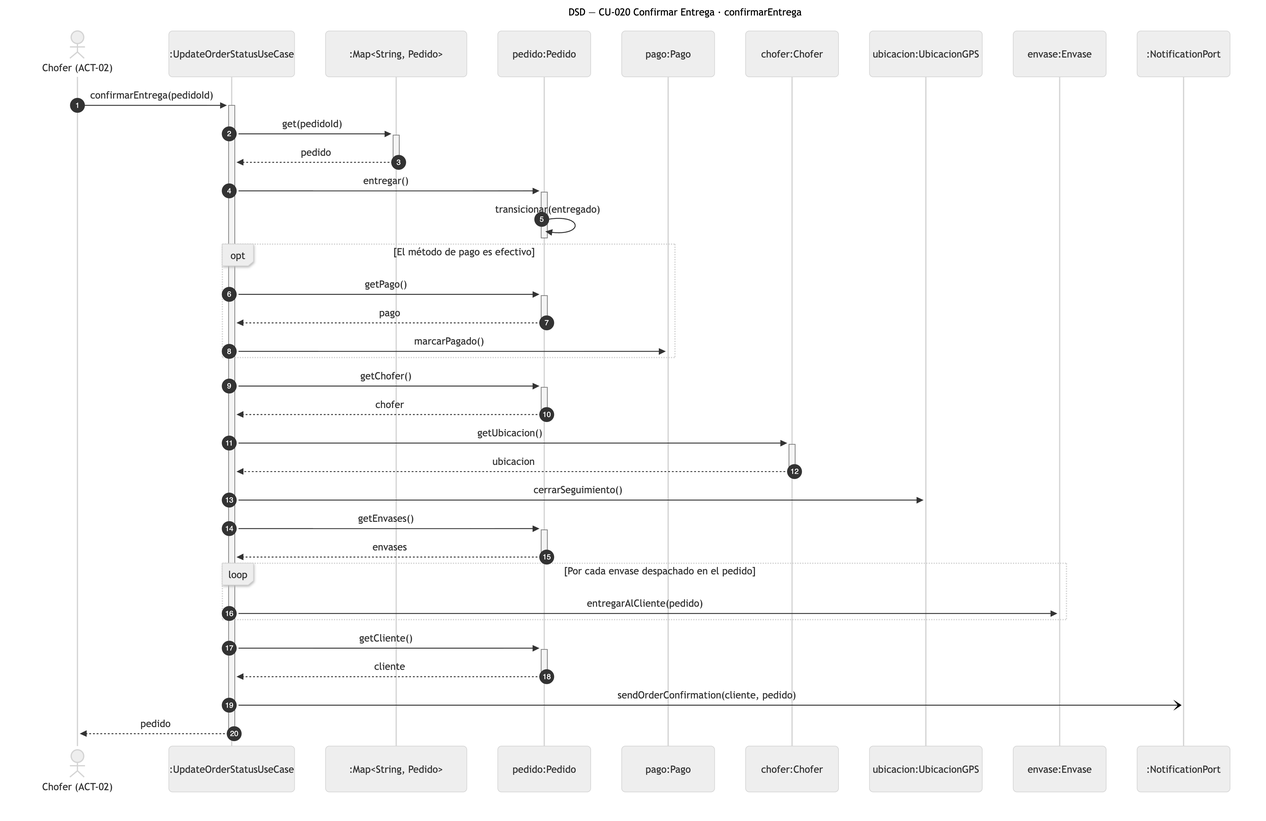
This is diagramas/png/DSD_CU-020_confirmarEntrega.png from Nahuelito-Dev/splg-docs, a Mermaid export, as it was before one commit. Its source is kept beside it as diagramas/DSD_CU-020_confirmarEntrega.mmd.
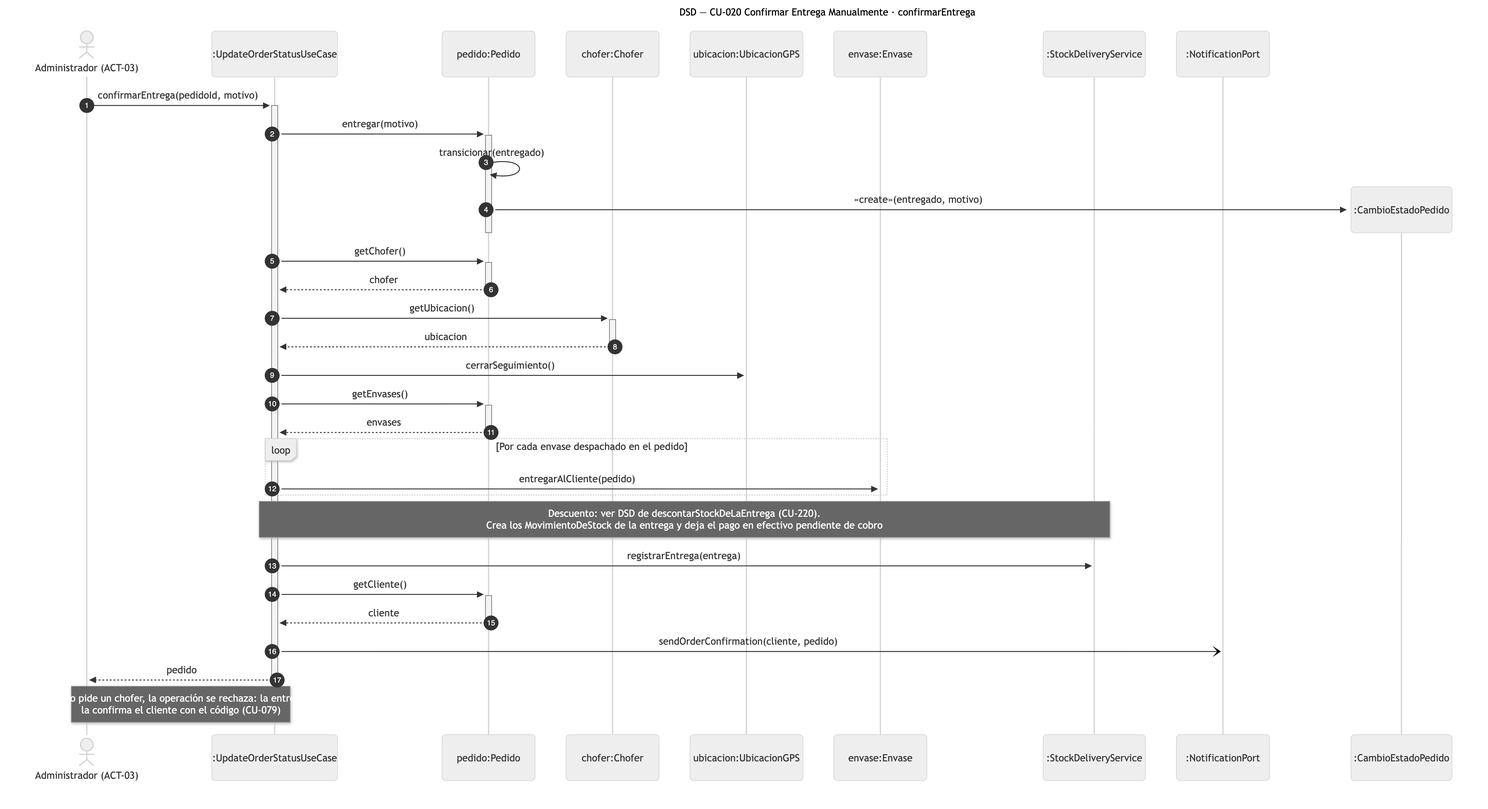
The same diagram one commit later.

What changed in the source:
```diff
@@ -1,27 +1,21 @@
 sequenceDiagram
-    title DSD — CU-020 Confirmar Entrega · confirmarEntrega
+    title DSD — CU-020 Confirmar Entrega Manualmente · confirmarEntrega
     autonumber
-    actor CHF as Chofer (ACT-02)
+    actor ADM as Administrador (ACT-03)
     participant UCS as :UpdateOrderStatusUseCase
-    participant PEDS as :Map#lt;String, Pedido#gt;
     participant PED as pedido:Pedido
-    participant PAG as pago:Pago
     participant CHO as chofer:Chofer
     participant UBI as ubicacion:UbicacionGPS
     participant ENV as envase:Envase
+    participant ENT as :StockDeliveryService
     participant NOT as :NotificationPort
 
-    CHF->>+UCS: confirmarEntrega(pedidoId)
-    UCS->>+PEDS: get(pedidoId)
-    PEDS-->>-UCS: pedido
-    UCS->>+PED: entregar()
+    ADM->>+UCS: confirmarEntrega(pedidoId, motivo)
+    UCS->>+PED: entregar(motivo)
     PED->>PED: transicionar(entregado)
+    create participant CAM as :CambioEstadoPedido
+    PED->>CAM: «create»(entregado, motivo)
     deactivate PED
-    opt El método de pago es efectivo
-        UCS->>+PED: getPago()
-        PED-->>-UCS: pago
-        UCS->>PAG: marcarPagado()
-    end
     UCS->>+PED: getChofer()
     PED-->>-UCS: chofer
     UCS->>+CHO: getUbicacion()
@@ -32,7 +26,10 @@
     loop Por cada envase despachado en el pedido
         UCS->>ENV: entregarAlCliente(pedido)
     end
+    Note over UCS,ENT: Descuento: ver DSD de descontarStockDeLaEntrega (CU-220).<br/>Crea los MovimientoDeStock de la entrega y deja el pago en efectivo pendiente de cobro
+    UCS->>ENT: registrarEntrega(entrega)
     UCS->>+PED: getCliente()
     PED-->>-UCS: cliente
     UCS-)NOT: sendOrderConfirmation(cliente, pedido)
-    UCS-->>-CHF: pedido
+    UCS-->>-ADM: pedido
+    Note over ADM,UCS: Si lo pide un chofer, la operación se rechaza: la entrega<br/>la confirma el cliente con el código (CU-079)
```
